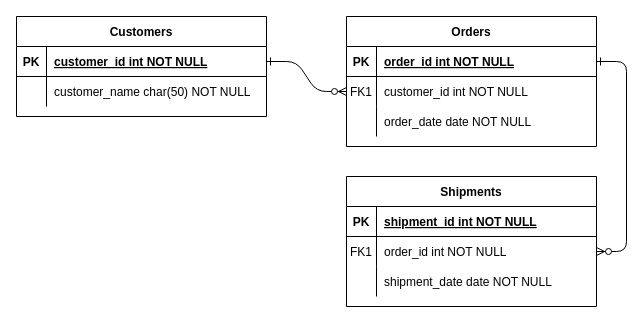
The draw.io diagram Untitled Diagram.drawio in mpa-mxiang/vet-clinic, before the edit. Source tidied: cells renumbered, new cells numbered last; positions are measured from the earlier drawing's top-left corner, leaving out a move shared by most shapes. Both pictures are drawn from the tidied source at 100%, with x=0, y=0 at pixel (16, 16).
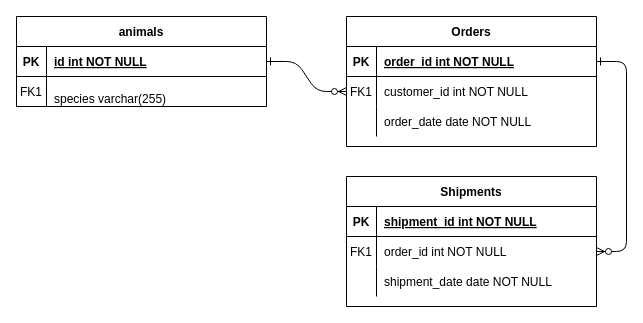
The same diagram, later.

Commit message:
add animal table

Unchanged cells that the change refers to:
```xml
<mxCell id="25" style="shape=partialRectangle;fillColor=none;points=[[0,0.5],[1,0.5]];portConstraint=eastwest;top=0;left=0;right=0;bottom=1;" parent="24" vertex="1">
  <mxGeometry y="30" width="250" height="30" as="geometry" />
</mxCell>
<mxCell id="28" style="shape=partialRectangle;fillColor=none;top=0;left=0;right=0;bottom=0;" parent="24" vertex="1">
  <mxGeometry y="60" width="250" height="30" as="geometry" />
</mxCell>
```

The edit, as a diff of the source:
```diff
@@
-    <mxCell id="24" value="Customers" style="shape=table;startSize=30;childLayout=tableLayout;rowLines=0;fontStyle=1;align=center;" parent="1" vertex="1">
-      <mxGeometry width="250" height="100" as="geometry" />
+    <mxCell id="24" value="animals" style="shape=table;startSize=30;childLayout=tableLayout;rowLines=0;fontStyle=1;align=center;" parent="1" vertex="1">
+      <mxGeometry width="250" height="90" as="geometry" />
     </mxCell>
@@
-    <mxCell id="27" value="customer_id int NOT NULL " style="shape=partialRectangle;overflow=hidden;fillColor=none;top=0;left=0;bottom=0;right=0;align=left;spacingLeft=6;fontStyle=5;" parent="25" vertex="1">
+    <mxCell id="27" value="id int NOT NULL " style="shape=partialRectangle;overflow=hidden;fillColor=none;top=0;left=0;bottom=0;right=0;align=left;spacingLeft=6;fontStyle=5;" parent="25" vertex="1">
       <mxGeometry x="30" width="220" height="30" as="geometry" />
     </mxCell>
@@
-    <mxCell id="29" style="shape=partialRectangle;overflow=hidden;fillColor=none;top=0;left=0;bottom=0;right=0;" parent="28" vertex="1">
+    <mxCell id="29" value="FK1" style="shape=partialRectangle;overflow=hidden;fillColor=none;top=0;left=0;bottom=0;right=0;" parent="28" vertex="1">
       <mxGeometry width="30" height="30" as="geometry" />
     </mxCell>
-    <mxCell id="30" value="customer_name char(50) NOT NULL" style="shape=partialRectangle;overflow=hidden;fillColor=none;top=0;left=0;bottom=0;right=0;align=left;spacingLeft=6;" parent="28" vertex="1">
+    <mxCell id="30" value="&#10;species varchar(255)" style="shape=partialRectangle;overflow=hidden;fillColor=none;top=0;left=0;bottom=0;right=0;align=left;spacingLeft=6;" parent="28" vertex="1">
       <mxGeometry x="30" width="220" height="30" as="geometry" />
     </mxCell>
```
